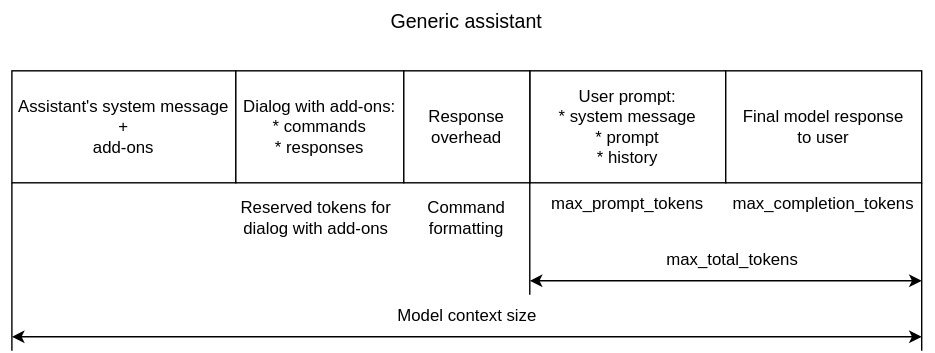
Above: generic_assistant_context_breakdown.svg in epam/ai-dial-assistant (draw.io), before the change. Source tidied: cells renumbered, new cells last; positions are measured from the earlier drawing's top-left corner, leaving out a move shared by most shapes.
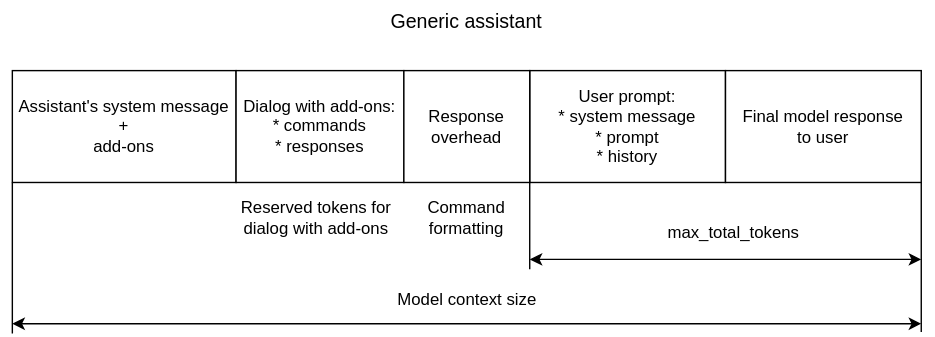
After the change.

Diff of the diagram source:
```diff
@@ -17,15 +17,9 @@
     <mxCell id="6" value="Final model response&lt;br&gt;to user" style="rounded=0;whiteSpace=wrap;html=1;" parent="1" vertex="1">
       <mxGeometry x="510" y="50" width="140" height="80" as="geometry" />
     </mxCell>
-    <mxCell id="7" value="max_prompt_tokens" style="text;html=1;strokeColor=none;fillColor=none;align=center;verticalAlign=middle;whiteSpace=wrap;rounded=0;" parent="1" vertex="1">
-      <mxGeometry x="380" y="130" width="120" height="30" as="geometry" />
-    </mxCell>
-    <mxCell id="8" value="max_completion_tokens" style="text;html=1;strokeColor=none;fillColor=none;align=center;verticalAlign=middle;whiteSpace=wrap;rounded=0;" parent="1" vertex="1">
-      <mxGeometry x="510" y="130" width="140" height="30" as="geometry" />
-    </mxCell>
     <mxCell id="9" style="endArrow=none;html=1;rounded=0;entryX=0;entryY=1;entryDx=0;entryDy=0;" parent="1" edge="1" target="3">
       <mxGeometry relative="1" as="geometry">
-        <mxPoint x="370" y="210" as="sourcePoint" />
+        <mxPoint x="370" y="192" as="sourcePoint" />
       </mxGeometry>
     </mxCell>
     <mxCell id="10" value="Reserved tokens for dialog with add-ons" style="text;html=1;strokeColor=none;fillColor=none;align=center;verticalAlign=middle;whiteSpace=wrap;rounded=0;" parent="1" vertex="1">
@@ -33,17 +27,17 @@
     </mxCell>
     <mxCell id="11" style="endArrow=none;html=1;rounded=0;entryX=1;entryY=1;entryDx=0;entryDy=0;" parent="1" edge="1" target="6">
       <mxGeometry relative="1" as="geometry">
-        <mxPoint x="650" y="250" as="sourcePoint" />
+        <mxPoint x="650" y="237" as="sourcePoint" />
       </mxGeometry>
     </mxCell>
     <mxCell id="12" style="endArrow=classic;startArrow=classic;html=1;rounded=0;fontStyle=0;" parent="1" edge="1">
       <mxGeometry relative="1" as="geometry">
-        <mxPoint x="370" y="200" as="sourcePoint" />
-        <mxPoint x="650" y="200" as="targetPoint" />
+        <mxPoint x="370" y="185" as="sourcePoint" />
+        <mxPoint x="650" y="185" as="targetPoint" />
       </mxGeometry>
     </mxCell>
     <mxCell id="13" value="max_total_tokens" style="text;html=1;strokeColor=none;fillColor=none;align=center;verticalAlign=middle;whiteSpace=wrap;rounded=0;" parent="1" vertex="1">
-      <mxGeometry x="460" y="170" width="110" height="30" as="geometry" />
+      <mxGeometry x="461" y="151" width="110" height="30" as="geometry" />
     </mxCell>
     <mxCell id="14" value="Response&lt;br&gt;overhead" style="rounded=0;whiteSpace=wrap;html=1;" parent="1" vertex="1">
       <mxGeometry x="280" y="50" width="90" height="80" as="geometry" />
@@ -53,17 +47,17 @@
     </mxCell>
     <mxCell id="16" style="endArrow=none;html=1;rounded=0;entryX=0;entryY=1;entryDx=0;entryDy=0;" parent="1" edge="1" target="2">
       <mxGeometry relative="1" as="geometry">
-        <mxPoint y="250" as="sourcePoint" />
+        <mxPoint y="238" as="sourcePoint" />
       </mxGeometry>
     </mxCell>
     <mxCell id="17" style="endArrow=classic;startArrow=classic;html=1;rounded=0;" parent="1" edge="1">
       <mxGeometry relative="1" as="geometry">
-        <mxPoint y="240" as="sourcePoint" />
-        <mxPoint x="650" y="240" as="targetPoint" />
+        <mxPoint y="231" as="sourcePoint" />
+        <mxPoint x="650" y="231" as="targetPoint" />
       </mxGeometry>
     </mxCell>
     <mxCell id="18" value="Model context size" style="text;html=1;strokeColor=none;fillColor=none;align=center;verticalAlign=middle;whiteSpace=wrap;rounded=0;" parent="1" vertex="1">
-      <mxGeometry x="272.5" y="210" width="105" height="30" as="geometry" />
+      <mxGeometry x="272.5" y="199" width="105" height="30" as="geometry" />
     </mxCell>
   </root>
 </mxGraphModel>
```
